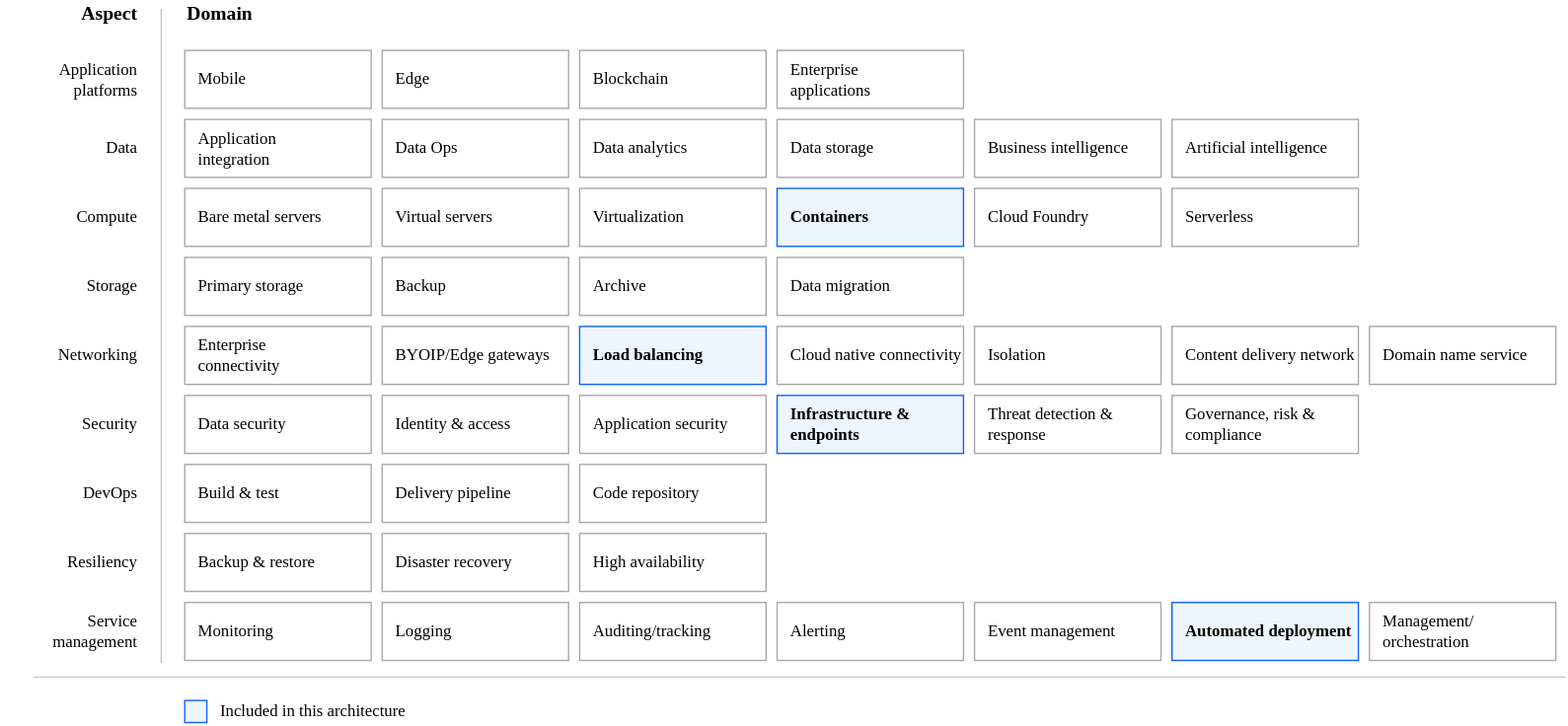
terraform-ibm-modules/terraform-ibm-landing-zone keeps this draw.io diagram as reference-architectures/heat-map-deploy-arch-slz-roks-quickstart.svg. Above is the earlier version. Source tidied: cells renumbered, new cells last; positions are measured from the earlier drawing's top-left corner, leaving out a move shared by most shapes. Its diagram source:
```xml
<mxGraphModel>
  <root>
    <mxCell id="0" />
    <mxCell id="1" parent="0" />
    <mxCell id="2" value="Application&lt;br&gt;integration" style="rounded=0;whiteSpace=wrap;html=1;strokeColor=#A8A8A8;align=left;spacingLeft=8;fontFamily=IBM Plex Sans;fillColor=default;fontStyle=0;" parent="1" vertex="1">
      <mxGeometry x="133" y="86" width="135" height="42" as="geometry" />
    </mxCell>
    <mxCell id="3" value="Mobile" style="rounded=0;whiteSpace=wrap;html=1;strokeColor=#A8A8A8;align=left;spacingLeft=8;fontFamily=IBM Plex Sans;fontStyle=0;fillColor=default;" parent="1" vertex="1">
      <mxGeometry x="133" y="36" width="135" height="42" as="geometry" />
    </mxCell>
    <mxCell id="4" value="Bare metal servers" style="rounded=0;whiteSpace=wrap;html=1;strokeColor=#A8A8A8;align=left;spacingLeft=8;fontFamily=IBM Plex Sans;" parent="1" vertex="1">
      <mxGeometry x="133" y="136" width="135" height="42" as="geometry" />
    </mxCell>
    <mxCell id="5" value="Primary storage" style="rounded=0;whiteSpace=wrap;html=1;strokeColor=#A8A8A8;align=left;spacingLeft=8;fontFamily=IBM Plex Sans;" parent="1" vertex="1">
      <mxGeometry x="133" y="186" width="135" height="42" as="geometry" />
    </mxCell>
    <mxCell id="6" value="Enterprise &lt;br&gt;connectivity" style="rounded=0;whiteSpace=wrap;html=1;strokeColor=#A8A8A8;align=left;spacingLeft=8;fontFamily=IBM Plex Sans;fillColor=default;fontStyle=0;" parent="1" vertex="1">
      <mxGeometry x="133" y="236" width="135" height="42" as="geometry" />
    </mxCell>
    <mxCell id="7" value="Build &amp;amp; test" style="rounded=0;whiteSpace=wrap;html=1;strokeColor=#A8A8A8;align=left;spacingLeft=8;fontFamily=IBM Plex Sans;" parent="1" vertex="1">
      <mxGeometry x="133" y="336" width="135" height="42" as="geometry" />
    </mxCell>
    <mxCell id="8" value="Data security" style="rounded=0;whiteSpace=wrap;html=1;strokeColor=#A8A8A8;align=left;spacingLeft=8;fontFamily=IBM Plex Sans;fontStyle=0;fillColor=default;" parent="1" vertex="1">
      <mxGeometry x="133" y="286" width="135" height="42" as="geometry" />
    </mxCell>
    <mxCell id="9" value="Backup &amp;amp; restore" style="rounded=0;whiteSpace=wrap;html=1;strokeColor=#A8A8A8;align=left;spacingLeft=8;fontFamily=IBM Plex Sans;" parent="1" vertex="1">
      <mxGeometry x="133" y="386" width="135" height="42" as="geometry" />
    </mxCell>
    <mxCell id="10" value="Monitoring" style="rounded=0;whiteSpace=wrap;html=1;strokeColor=#A8A8A8;align=left;spacingLeft=8;fontFamily=IBM Plex Sans;" parent="1" vertex="1">
      <mxGeometry x="133" y="436" width="135" height="42" as="geometry" />
    </mxCell>
    <mxCell id="11" value="Edge" style="rounded=0;whiteSpace=wrap;html=1;strokeColor=#A8A8A8;align=left;spacingLeft=8;fontFamily=IBM Plex Sans;fillColor=default;fontStyle=0;" parent="1" vertex="1">
      <mxGeometry x="276" y="36" width="135" height="42" as="geometry" />
    </mxCell>
    <mxCell id="12" value="Blockchain" style="rounded=0;whiteSpace=wrap;html=1;strokeColor=#A8A8A8;align=left;spacingLeft=8;fontFamily=IBM Plex Sans;fillColor=default;fontStyle=0;" parent="1" vertex="1">
      <mxGeometry x="419" y="36" width="135" height="42" as="geometry" />
    </mxCell>
    <mxCell id="13" value="Enterprise &lt;br&gt;applications" style="rounded=0;whiteSpace=wrap;html=1;strokeColor=#A8A8A8;align=left;spacingLeft=8;fontFamily=IBM Plex Sans;fillColor=default;fontStyle=0;" parent="1" vertex="1">
      <mxGeometry x="562" y="36" width="135" height="42" as="geometry" />
    </mxCell>
    <mxCell id="14" value="Data Ops" style="rounded=0;whiteSpace=wrap;html=1;strokeColor=#A8A8A8;align=left;spacingLeft=8;fontFamily=IBM Plex Sans;fillColor=default;fontStyle=0;" parent="1" vertex="1">
      <mxGeometry x="276" y="86" width="135" height="42" as="geometry" />
    </mxCell>
    <mxCell id="15" value="Data analytics" style="rounded=0;whiteSpace=wrap;html=1;strokeColor=#A8A8A8;align=left;spacingLeft=8;fontFamily=IBM Plex Sans;fillColor=default;fontStyle=0;" parent="1" vertex="1">
      <mxGeometry x="419" y="86" width="135" height="42" as="geometry" />
    </mxCell>
    <mxCell id="16" value="Data storage" style="rounded=0;whiteSpace=wrap;html=1;strokeColor=#A8A8A8;align=left;spacingLeft=8;fontFamily=IBM Plex Sans;fillColor=default;fontStyle=0;" parent="1" vertex="1">
      <mxGeometry x="562" y="86" width="135" height="42" as="geometry" />
    </mxCell>
    <mxCell id="17" value="Business intelligence" style="rounded=0;whiteSpace=wrap;html=1;strokeColor=#A8A8A8;align=left;spacingLeft=8;fontFamily=IBM Plex Sans;fillColor=default;fontStyle=0;" parent="1" vertex="1">
      <mxGeometry x="705" y="86" width="135" height="42" as="geometry" />
    </mxCell>
    <mxCell id="18" value="Virtual servers" style="rounded=0;whiteSpace=wrap;html=1;strokeColor=#A8A8A8;align=left;spacingLeft=8;fontFamily=IBM Plex Sans;fillColor=#FFFFFF;fontStyle=0;" parent="1" vertex="1">
      <mxGeometry x="276" y="136" width="135" height="42" as="geometry" />
    </mxCell>
    <mxCell id="19" value="Virtualization" style="rounded=0;whiteSpace=wrap;html=1;strokeColor=#A8A8A8;align=left;spacingLeft=8;fontFamily=IBM Plex Sans;fillColor=default;fontStyle=0;" parent="1" vertex="1">
      <mxGeometry x="419" y="136" width="135" height="42" as="geometry" />
    </mxCell>
    <mxCell id="20" value="Containers" style="rounded=0;whiteSpace=wrap;html=1;strokeColor=#0E62FD;align=left;spacingLeft=8;fontFamily=IBM Plex Sans;fillColor=#EDF5FF;fontStyle=1;" parent="1" vertex="1">
      <mxGeometry x="562" y="136" width="135" height="42" as="geometry" />
    </mxCell>
    <mxCell id="21" value="Cloud Foundry" style="rounded=0;whiteSpace=wrap;html=1;strokeColor=#A8A8A8;align=left;spacingLeft=8;fontFamily=IBM Plex Sans;fillColor=default;fontStyle=0;" parent="1" vertex="1">
      <mxGeometry x="705" y="136" width="135" height="42" as="geometry" />
    </mxCell>
    <mxCell id="22" value="Serverless" style="rounded=0;whiteSpace=wrap;html=1;strokeColor=#A8A8A8;align=left;spacingLeft=8;fontFamily=IBM Plex Sans;fillColor=default;fontStyle=0;" parent="1" vertex="1">
      <mxGeometry x="848" y="136" width="135" height="42" as="geometry" />
    </mxCell>
    <mxCell id="23" value="Backup" style="rounded=0;whiteSpace=wrap;html=1;strokeColor=#A8A8A8;align=left;spacingLeft=8;fontFamily=IBM Plex Sans;fillColor=default;fontStyle=0;" parent="1" vertex="1">
      <mxGeometry x="276" y="186" width="135" height="42" as="geometry" />
    </mxCell>
    <mxCell id="24" value="Archive" style="rounded=0;whiteSpace=wrap;html=1;strokeColor=#A8A8A8;align=left;spacingLeft=8;fontFamily=IBM Plex Sans;fillColor=default;fontStyle=0;" parent="1" vertex="1">
      <mxGeometry x="419" y="186" width="135" height="42" as="geometry" />
    </mxCell>
    <mxCell id="25" value="Data migration" style="rounded=0;whiteSpace=wrap;html=1;strokeColor=#A8A8A8;align=left;spacingLeft=8;fontFamily=IBM Plex Sans;fillColor=default;fontStyle=0;" parent="1" vertex="1">
      <mxGeometry x="562" y="186" width="135" height="42" as="geometry" />
    </mxCell>
    <mxCell id="26" value="BYOIP/Edge gateways" style="rounded=0;whiteSpace=wrap;html=1;strokeColor=#A8A8A8;align=left;spacingLeft=8;fontFamily=IBM Plex Sans;fillColor=default;fontStyle=0;" parent="1" vertex="1">
      <mxGeometry x="276" y="236" width="135" height="42" as="geometry" />
    </mxCell>
    <mxCell id="27" value="Load balancing" style="rounded=0;whiteSpace=wrap;html=1;strokeColor=#0E62FD;align=left;spacingLeft=8;fontFamily=IBM Plex Sans;fillColor=#EDF5FF;fontStyle=1;" parent="1" vertex="1">
      <mxGeometry x="419" y="236" width="135" height="42" as="geometry" />
    </mxCell>
    <mxCell id="28" value="Cloud native connectivity" style="rounded=0;whiteSpace=wrap;html=1;strokeColor=#A8A8A8;align=left;spacingLeft=8;fontFamily=IBM Plex Sans;fillColor=default;fontStyle=0;" parent="1" vertex="1">
      <mxGeometry x="562" y="236" width="135" height="42" as="geometry" />
    </mxCell>
    <mxCell id="29" value="Isolation" style="rounded=0;whiteSpace=wrap;html=1;strokeColor=#A8A8A8;align=left;spacingLeft=8;fontFamily=IBM Plex Sans;fillColor=#FFFFFF;fontStyle=0;" parent="1" vertex="1">
      <mxGeometry x="705" y="236" width="135" height="42" as="geometry" />
    </mxCell>
    <mxCell id="30" value="Content delivery network" style="rounded=0;whiteSpace=wrap;html=1;strokeColor=#A8A8A8;align=left;spacingLeft=8;fontFamily=IBM Plex Sans;fillColor=default;fontStyle=0;" parent="1" vertex="1">
      <mxGeometry x="848" y="236" width="135" height="42" as="geometry" />
    </mxCell>
    <mxCell id="31" value="Domain name service" style="rounded=0;whiteSpace=wrap;html=1;strokeColor=#A8A8A8;align=left;spacingLeft=8;fontFamily=IBM Plex Sans;fillColor=default;fontStyle=0;" parent="1" vertex="1">
      <mxGeometry x="991" y="236" width="135" height="42" as="geometry" />
    </mxCell>
    <mxCell id="32" value="Identity &amp;amp; access" style="rounded=0;whiteSpace=wrap;html=1;strokeColor=#A8A8A8;align=left;spacingLeft=8;fontFamily=IBM Plex Sans;fillColor=default;fontStyle=0;" parent="1" vertex="1">
      <mxGeometry x="276" y="286" width="135" height="42" as="geometry" />
    </mxCell>
    <mxCell id="33" value="Application security" style="rounded=0;whiteSpace=wrap;html=1;strokeColor=#A8A8A8;align=left;spacingLeft=8;fontFamily=IBM Plex Sans;fillColor=default;fontStyle=0;" parent="1" vertex="1">
      <mxGeometry x="419" y="286" width="135" height="42" as="geometry" />
    </mxCell>
    <mxCell id="34" value="Infrastructure &amp;amp; endpoints" style="rounded=0;whiteSpace=wrap;html=1;strokeColor=#0E62FD;align=left;spacingLeft=8;fontFamily=IBM Plex Sans;fillColor=#EDF5FF;fontStyle=1;" parent="1" vertex="1">
      <mxGeometry x="562" y="286" width="135" height="42" as="geometry" />
    </mxCell>
    <mxCell id="35" value="Threat detection &amp;amp; response" style="rounded=0;whiteSpace=wrap;html=1;strokeColor=#A8A8A8;align=left;spacingLeft=8;fontFamily=IBM Plex Sans;fillColor=default;fontStyle=0;" parent="1" vertex="1">
      <mxGeometry x="705" y="286" width="135" height="42" as="geometry" />
    </mxCell>
    <mxCell id="36" value="Governance, risk &amp;amp; compliance" style="rounded=0;whiteSpace=wrap;html=1;strokeColor=#A8A8A8;align=left;spacingLeft=8;fontFamily=IBM Plex Sans;fillColor=default;fontStyle=0;" parent="1" vertex="1">
      <mxGeometry x="848" y="286" width="135" height="42" as="geometry" />
    </mxCell>
    <mxCell id="37" value="Delivery pipeline" style="rounded=0;whiteSpace=wrap;html=1;strokeColor=#A8A8A8;align=left;spacingLeft=8;fontFamily=IBM Plex Sans;fillColor=default;fontStyle=0;" parent="1" vertex="1">
      <mxGeometry x="276" y="336" width="135" height="42" as="geometry" />
    </mxCell>
    <mxCell id="38" value="Code repository" style="rounded=0;whiteSpace=wrap;html=1;strokeColor=#A8A8A8;align=left;spacingLeft=8;fontFamily=IBM Plex Sans;fillColor=default;fontStyle=0;" parent="1" vertex="1">
      <mxGeometry x="419" y="336" width="135" height="42" as="geometry" />
    </mxCell>
    <mxCell id="39" value="Disaster recovery" style="rounded=0;whiteSpace=wrap;html=1;strokeColor=#A8A8A8;align=left;spacingLeft=8;fontFamily=IBM Plex Sans;fillColor=default;fontStyle=0;" parent="1" vertex="1">
      <mxGeometry x="276" y="386" width="135" height="42" as="geometry" />
    </mxCell>
    <mxCell id="40" value="High availability" style="rounded=0;whiteSpace=wrap;html=1;strokeColor=#A8A8A8;align=left;spacingLeft=8;fontFamily=IBM Plex Sans;fillColor=default;fontStyle=0;" parent="1" vertex="1">
      <mxGeometry x="419" y="386" width="135" height="42" as="geometry" />
    </mxCell>
    <mxCell id="41" value="Logging" style="rounded=0;whiteSpace=wrap;html=1;strokeColor=#A8A8A8;align=left;spacingLeft=8;fontFamily=IBM Plex Sans;fillColor=default;fontStyle=0;" parent="1" vertex="1">
      <mxGeometry x="276" y="436" width="135" height="42" as="geometry" />
    </mxCell>
    <mxCell id="42" value="Auditing/tracking" style="rounded=0;whiteSpace=wrap;html=1;strokeColor=#A8A8A8;align=left;spacingLeft=8;fontFamily=IBM Plex Sans;fillColor=default;fontStyle=0;" parent="1" vertex="1">
      <mxGeometry x="419" y="436" width="135" height="42" as="geometry" />
    </mxCell>
    <mxCell id="43" value="Alerting" style="rounded=0;whiteSpace=wrap;html=1;strokeColor=#A8A8A8;align=left;spacingLeft=8;fontFamily=IBM Plex Sans;fillColor=default;fontStyle=0;" parent="1" vertex="1">
      <mxGeometry x="562" y="436" width="135" height="42" as="geometry" />
    </mxCell>
    <mxCell id="44" value="Event management" style="rounded=0;whiteSpace=wrap;html=1;strokeColor=#A8A8A8;align=left;spacingLeft=8;fontFamily=IBM Plex Sans;fillColor=default;fontStyle=0;" parent="1" vertex="1">
      <mxGeometry x="705" y="436" width="135" height="42" as="geometry" />
    </mxCell>
    <mxCell id="45" value="Automated deployment" style="rounded=0;whiteSpace=wrap;html=1;strokeColor=#0E62FD;align=left;spacingLeft=8;fontFamily=IBM Plex Sans;fillColor=#EDF5FF;fontStyle=1;" parent="1" vertex="1">
      <mxGeometry x="848" y="436" width="135" height="42" as="geometry" />
    </mxCell>
    <mxCell id="46" value="Management/&lt;br&gt;orchestration" style="rounded=0;whiteSpace=wrap;html=1;strokeColor=#A8A8A8;align=left;spacingLeft=8;fontFamily=IBM Plex Sans;fillColor=default;fontStyle=0;" parent="1" vertex="1">
      <mxGeometry x="991" y="436" width="135" height="42" as="geometry" />
    </mxCell>
    <mxCell id="47" style="endArrow=none;html=1;rounded=0;fontFamily=IBM Plex Sans;fontSize=12;fontColor=default;strokeColor=#C6C6C6;" parent="1" edge="1">
      <mxGeometry relative="1" as="geometry">
        <mxPoint x="116" y="480" as="sourcePoint" />
        <mxPoint x="116" y="6" as="targetPoint" />
      </mxGeometry>
    </mxCell>
    <mxCell id="48" value="Domain" style="text;strokeColor=none;fillColor=none;html=1;fontSize=14;fontStyle=1;verticalAlign=middle;align=left;rounded=0;fontFamily=IBM Plex Sans;fontColor=default;" parent="1" vertex="1">
      <mxGeometry x="133" width="100" height="20" as="geometry" />
    </mxCell>
    <mxCell id="49" value="Aspect" style="text;strokeColor=none;fillColor=none;html=1;fontSize=14;fontStyle=1;verticalAlign=middle;align=right;rounded=0;fontFamily=IBM Plex Sans;fontColor=default;" parent="1" vertex="1">
      <mxGeometry width="100" height="20" as="geometry" />
    </mxCell>
    <mxCell id="50" value="Application &lt;br&gt;platforms" style="text;strokeColor=none;fillColor=none;html=1;fontSize=12;fontStyle=0;verticalAlign=middle;align=right;rounded=0;fontFamily=IBM Plex Sans;fontColor=default;" parent="1" vertex="1">
      <mxGeometry y="47" width="100" height="20" as="geometry" />
    </mxCell>
    <mxCell id="51" value="Data" style="text;strokeColor=none;fillColor=none;html=1;fontSize=12;fontStyle=0;verticalAlign=middle;align=right;rounded=0;fontFamily=IBM Plex Sans;fontColor=default;" parent="1" vertex="1">
      <mxGeometry y="97" width="100" height="20" as="geometry" />
    </mxCell>
    <mxCell id="52" value="Compute" style="text;strokeColor=none;fillColor=none;html=1;fontSize=12;fontStyle=0;verticalAlign=middle;align=right;rounded=0;fontFamily=IBM Plex Sans;fontColor=default;" parent="1" vertex="1">
      <mxGeometry y="147" width="100" height="20" as="geometry" />
    </mxCell>
    <mxCell id="53" value="Storage" style="text;strokeColor=none;fillColor=none;html=1;fontSize=12;fontStyle=0;verticalAlign=middle;align=right;rounded=0;fontFamily=IBM Plex Sans;fontColor=default;" parent="1" vertex="1">
      <mxGeometry y="197" width="100" height="20" as="geometry" />
    </mxCell>
    <mxCell id="54" value="Networking" style="text;strokeColor=none;fillColor=none;html=1;fontSize=12;fontStyle=0;verticalAlign=middle;align=right;rounded=0;fontFamily=IBM Plex Sans;fontColor=default;" parent="1" vertex="1">
      <mxGeometry y="247" width="100" height="20" as="geometry" />
    </mxCell>
    <mxCell id="55" value="Security" style="text;strokeColor=none;fillColor=none;html=1;fontSize=12;fontStyle=0;verticalAlign=middle;align=right;rounded=0;fontFamily=IBM Plex Sans;fontColor=default;" parent="1" vertex="1">
      <mxGeometry y="297" width="100" height="20" as="geometry" />
    </mxCell>
    <mxCell id="56" value="DevOps" style="text;strokeColor=none;fillColor=none;html=1;fontSize=12;fontStyle=0;verticalAlign=middle;align=right;rounded=0;fontFamily=IBM Plex Sans;fontColor=default;" parent="1" vertex="1">
      <mxGeometry y="347" width="100" height="20" as="geometry" />
    </mxCell>
    <mxCell id="57" value="Resiliency" style="text;strokeColor=none;fillColor=none;html=1;fontSize=12;fontStyle=0;verticalAlign=middle;align=right;rounded=0;fontFamily=IBM Plex Sans;fontColor=default;" parent="1" vertex="1">
      <mxGeometry y="397" width="100" height="20" as="geometry" />
    </mxCell>
    <mxCell id="58" value="Service&lt;br&gt;management" style="text;strokeColor=none;fillColor=none;html=1;fontSize=12;fontStyle=0;verticalAlign=middle;align=right;rounded=0;fontFamily=IBM Plex Sans;fontColor=default;" parent="1" vertex="1">
      <mxGeometry y="447" width="100" height="20" as="geometry" />
    </mxCell>
    <mxCell id="59" style="endArrow=none;html=1;rounded=0;fontFamily=IBM Plex Sans;fontSize=12;fontColor=default;strokeColor=#C6C6C6;" parent="1" edge="1">
      <mxGeometry relative="1" as="geometry">
        <mxPoint x="23" y="490" as="sourcePoint" />
        <mxPoint x="1133" y="490" as="targetPoint" />
      </mxGeometry>
    </mxCell>
    <mxCell id="60" style="rounded=0;whiteSpace=wrap;html=1;strokeColor=#0E62FD;align=left;spacingLeft=8;fontFamily=IBM Plex Sans;fontStyle=1;fillColor=#EDF5FF;" parent="1" vertex="1">
      <mxGeometry x="133" y="507" width="16" height="16" as="geometry" />
    </mxCell>
    <mxCell id="61" value="Included in this architecture" style="text;strokeColor=none;fillColor=none;html=1;fontSize=12;fontStyle=0;verticalAlign=middle;align=left;rounded=0;fontFamily=IBM Plex Sans;fontColor=default;" parent="1" vertex="1">
      <mxGeometry x="157" y="505" width="100" height="20" as="geometry" />
    </mxCell>
    <mxCell id="62" value="Artificial intelligence" style="rounded=0;whiteSpace=wrap;html=1;strokeColor=#A8A8A8;align=left;spacingLeft=8;fontFamily=IBM Plex Sans;fillColor=default;fontStyle=0;" parent="1" vertex="1">
      <mxGeometry x="848" y="86" width="135" height="42" as="geometry" />
    </mxCell>
  </root>
</mxGraphModel>
```
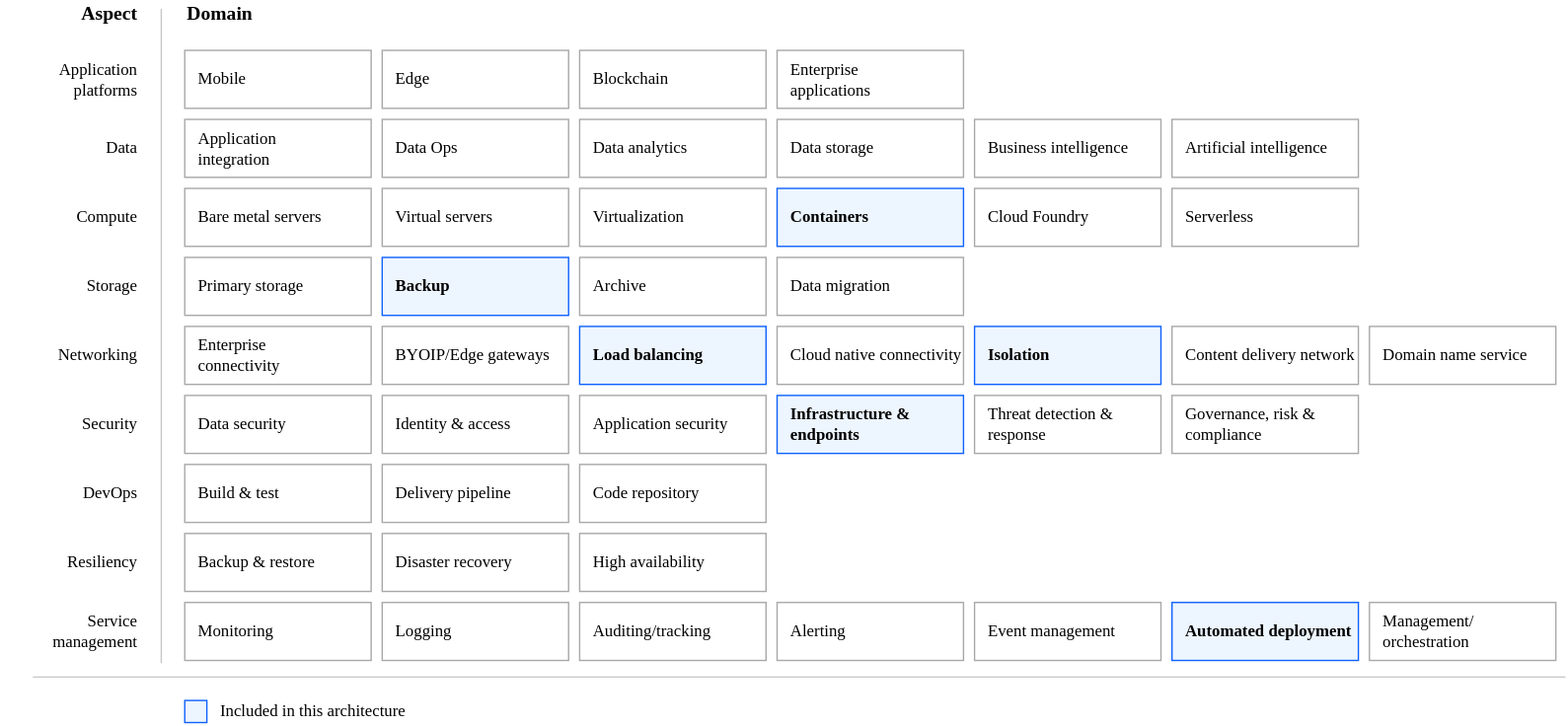
Above is the later version.

Commit message:
docs: small verbiage changes to roks qs ref arch docs

Diff of the diagram source:
```diff
@@ -65,7 +65,7 @@
     <mxCell id="22" value="Serverless" style="rounded=0;whiteSpace=wrap;html=1;strokeColor=#A8A8A8;align=left;spacingLeft=8;fontFamily=IBM Plex Sans;fillColor=default;fontStyle=0;" parent="1" vertex="1">
       <mxGeometry x="848" y="136" width="135" height="42" as="geometry" />
     </mxCell>
-    <mxCell id="23" value="Backup" style="rounded=0;whiteSpace=wrap;html=1;strokeColor=#A8A8A8;align=left;spacingLeft=8;fontFamily=IBM Plex Sans;fillColor=default;fontStyle=0;" parent="1" vertex="1">
+    <mxCell id="23" value="Backup" style="rounded=0;whiteSpace=wrap;html=1;strokeColor=#0E62FD;align=left;spacingLeft=8;fontFamily=IBM Plex Sans;fillColor=#EDF5FF;fontStyle=1;" parent="1" vertex="1">
       <mxGeometry x="276" y="186" width="135" height="42" as="geometry" />
     </mxCell>
     <mxCell id="24" value="Archive" style="rounded=0;whiteSpace=wrap;html=1;strokeColor=#A8A8A8;align=left;spacingLeft=8;fontFamily=IBM Plex Sans;fillColor=default;fontStyle=0;" parent="1" vertex="1">
@@ -83,7 +83,7 @@
     <mxCell id="28" value="Cloud native connectivity" style="rounded=0;whiteSpace=wrap;html=1;strokeColor=#A8A8A8;align=left;spacingLeft=8;fontFamily=IBM Plex Sans;fillColor=default;fontStyle=0;" parent="1" vertex="1">
       <mxGeometry x="562" y="236" width="135" height="42" as="geometry" />
     </mxCell>
-    <mxCell id="29" value="Isolation" style="rounded=0;whiteSpace=wrap;html=1;strokeColor=#A8A8A8;align=left;spacingLeft=8;fontFamily=IBM Plex Sans;fillColor=#FFFFFF;fontStyle=0;" parent="1" vertex="1">
+    <mxCell id="29" value="Isolation" style="rounded=0;whiteSpace=wrap;html=1;strokeColor=#0E62FD;align=left;spacingLeft=8;fontFamily=IBM Plex Sans;fillColor=#EDF5FF;fontStyle=1;" parent="1" vertex="1">
       <mxGeometry x="705" y="236" width="135" height="42" as="geometry" />
     </mxCell>
     <mxCell id="30" value="Content delivery network" style="rounded=0;whiteSpace=wrap;html=1;strokeColor=#A8A8A8;align=left;spacingLeft=8;fontFamily=IBM Plex Sans;fillColor=default;fontStyle=0;" parent="1" vertex="1">
```
